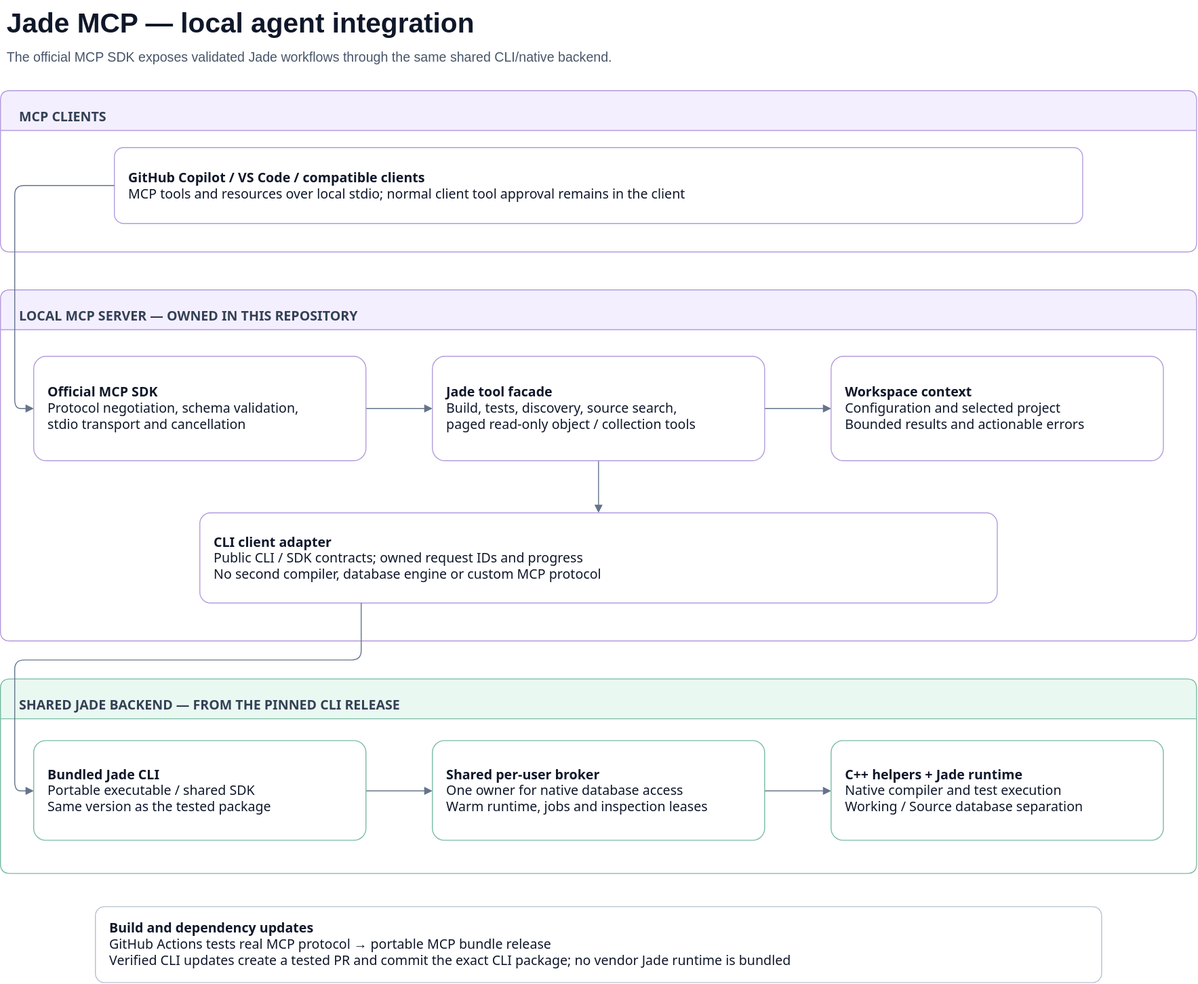
Earlier version of the draw.io export docs/architecture.drawio.svg (darrenhull/Jade-Local-MCP). Source tidied: cells renumbered, new cells last; positions are measured from the earlier drawing's top-left corner, leaving out a move shared by most shapes.
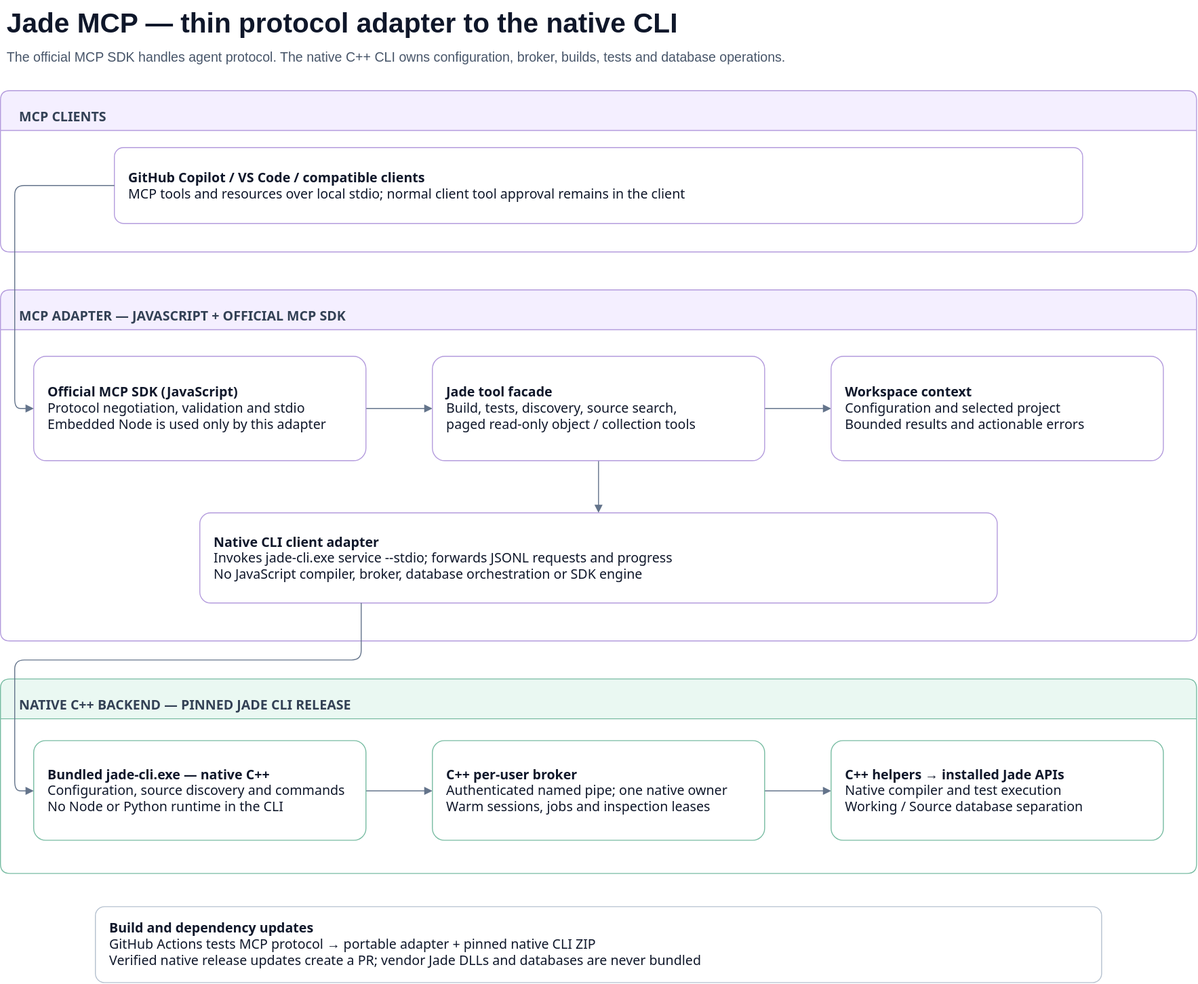
After the commit.

What changed in the source:
```diff
@@ -2,10 +2,10 @@
   <root>
     <mxCell id="0" />
     <mxCell id="1" parent="0" />
-    <mxCell id="2" value="Jade MCP — local agent integration" style="text;html=1;align=left;fontSize=29;fontStyle=1;fontColor=#0f172a;" parent="1" vertex="1">
+    <mxCell id="2" value="Jade MCP — thin protocol adapter to the native CLI" style="text;html=1;align=left;fontSize=29;fontStyle=1;fontColor=#0f172a;" parent="1" vertex="1">
       <mxGeometry x="5" width="1250" height="40" as="geometry" />
     </mxCell>
-    <mxCell id="3" value="The official MCP SDK exposes validated Jade workflows through the same shared CLI/native backend." style="text;html=1;align=left;fontSize=14;fontColor=#475569;" parent="1" vertex="1">
+    <mxCell id="3" value="The official MCP SDK handles agent protocol. The native C++ CLI owns configuration, broker, builds, tests and database operations." style="text;html=1;align=left;fontSize=14;fontColor=#475569;" parent="1" vertex="1">
       <mxGeometry x="5" y="45" width="1250" height="28" as="geometry" />
     </mxCell>
     <mxCell id="4" value="MCP CLIENTS" style="swimlane;startSize=42;horizontal=1;rounded=1;arcSize=8;html=1;verticalAlign=middle;align=left;spacingTop=14;spacingLeft=18;fontSize=14;fontStyle=1;fontColor=#334155;fillColor=#f4efff;strokeColor=#b49cdd;fontFamily=Segoe UI;" parent="1" vertex="1">
@@ -14,7 +14,7 @@
     <mxCell id="5" value="&lt;b&gt;GitHub Copilot / VS Code / compatible clients&lt;/b&gt;&lt;br&gt;MCP tools and resources over local stdio; normal client tool approval remains in the client" style="rounded=1;arcSize=12;html=1;whiteSpace=wrap;align=left;verticalAlign=middle;spacing=15;fontSize=14;fontColor=#0f172a;fillColor=#ffffff;strokeColor=#b49cdd;fontFamily=Segoe UI;" parent="4" vertex="1">
       <mxGeometry x="120" y="60" width="1020" height="80" as="geometry" />
     </mxCell>
-    <mxCell id="6" value="LOCAL MCP SERVER — OWNED IN THIS REPOSITORY" style="swimlane;startSize=42;horizontal=1;rounded=1;arcSize=8;html=1;verticalAlign=middle;align=left;spacingTop=14;spacingLeft=18;fontSize=14;fontStyle=1;fontColor=#334155;fillColor=#f4efff;strokeColor=#b49cdd;fontFamily=Segoe UI;" parent="1" vertex="1">
+    <mxCell id="6" value="MCP ADAPTER — JAVASCRIPT + OFFICIAL MCP SDK" style="swimlane;startSize=42;horizontal=1;rounded=1;arcSize=8;html=1;verticalAlign=middle;align=left;spacingTop=14;spacingLeft=18;fontSize=14;fontStyle=1;fontColor=#334155;fillColor=#f4efff;strokeColor=#b49cdd;fontFamily=Segoe UI;" parent="1" vertex="1">
       <mxGeometry y="305" width="1260" height="370" as="geometry" />
     </mxCell>
     <mxCell id="7" style="edgeStyle=orthogonalEdgeStyle;rounded=1;html=1;endArrow=block;endFill=1;strokeColor=#64748b;fontColor=#475569;fontSize=12;exitX=1.0;exitY=0.5;entryX=0.0;entryY=0.5;exitPerimeter=0;entryPerimeter=0;labelBackgroundColor=#f8fafc;fontFamily=Segoe UI;" parent="6" edge="1" source="10" target="11">
@@ -26,7 +26,7 @@
     <mxCell id="9" style="edgeStyle=orthogonalEdgeStyle;rounded=1;html=1;endArrow=block;endFill=1;strokeColor=#64748b;fontColor=#475569;fontSize=12;exitX=0.5;exitY=1.0;entryX=0.5;entryY=0.0;exitPerimeter=0;entryPerimeter=0;labelBackgroundColor=#f8fafc;fontFamily=Segoe UI;" parent="6" edge="1" source="11" target="13">
       <mxGeometry relative="1" as="geometry" />
     </mxCell>
-    <mxCell id="10" value="&lt;b&gt;Official MCP SDK&lt;/b&gt;&lt;br&gt;Protocol negotiation, schema validation,&lt;br&gt;stdio transport and cancellation" style="rounded=1;arcSize=12;html=1;whiteSpace=wrap;align=left;verticalAlign=middle;spacing=15;fontSize=14;fontColor=#0f172a;fillColor=#ffffff;strokeColor=#b49cdd;fontFamily=Segoe UI;" parent="6" vertex="1">
+    <mxCell id="10" value="&lt;b&gt;Official MCP SDK (JavaScript)&lt;/b&gt;&lt;br&gt;Protocol negotiation, validation and stdio&lt;br&gt;Embedded Node is used only by this adapter" style="rounded=1;arcSize=12;html=1;whiteSpace=wrap;align=left;verticalAlign=middle;spacing=15;fontSize=14;fontColor=#0f172a;fillColor=#ffffff;strokeColor=#b49cdd;fontFamily=Segoe UI;" parent="6" vertex="1">
       <mxGeometry x="35" y="70" width="350" height="110" as="geometry" />
     </mxCell>
     <mxCell id="11" value="&lt;b&gt;Jade tool facade&lt;/b&gt;&lt;br&gt;Build, tests, discovery, source search,&lt;br&gt;paged read-only object / collection tools" style="rounded=1;arcSize=12;html=1;whiteSpace=wrap;align=left;verticalAlign=middle;spacing=15;fontSize=14;fontColor=#0f172a;fillColor=#ffffff;strokeColor=#b49cdd;fontFamily=Segoe UI;" parent="6" vertex="1">
@@ -35,10 +35,10 @@
     <mxCell id="12" value="&lt;b&gt;Workspace context&lt;/b&gt;&lt;br&gt;Configuration and selected project&lt;br&gt;Bounded results and actionable errors" style="rounded=1;arcSize=12;html=1;whiteSpace=wrap;align=left;verticalAlign=middle;spacing=15;fontSize=14;fontColor=#0f172a;fillColor=#ffffff;strokeColor=#b49cdd;fontFamily=Segoe UI;" parent="6" vertex="1">
       <mxGeometry x="875" y="70" width="350" height="110" as="geometry" />
     </mxCell>
-    <mxCell id="13" value="&lt;b&gt;CLI client adapter&lt;/b&gt;&lt;br&gt;Public CLI / SDK contracts; owned request IDs and progress&lt;br&gt;No second compiler, database engine or custom MCP protocol" style="rounded=1;arcSize=12;html=1;whiteSpace=wrap;align=left;verticalAlign=middle;spacing=15;fontSize=14;fontColor=#0f172a;fillColor=#ffffff;strokeColor=#b49cdd;fontFamily=Segoe UI;" parent="6" vertex="1">
+    <mxCell id="13" value="&lt;b&gt;Native CLI client adapter&lt;/b&gt;&lt;br&gt;Invokes jade-cli.exe service --stdio; forwards JSONL requests and progress&lt;br&gt;No JavaScript compiler, broker, database orchestration or SDK engine" style="rounded=1;arcSize=12;html=1;whiteSpace=wrap;align=left;verticalAlign=middle;spacing=15;fontSize=14;fontColor=#0f172a;fillColor=#ffffff;strokeColor=#b49cdd;fontFamily=Segoe UI;" parent="6" vertex="1">
       <mxGeometry x="210" y="235" width="840" height="95" as="geometry" />
     </mxCell>
-    <mxCell id="14" value="SHARED JADE BACKEND — FROM THE PINNED CLI RELEASE" style="swimlane;startSize=42;horizontal=1;rounded=1;arcSize=8;html=1;verticalAlign=middle;align=left;spacingTop=14;spacingLeft=18;fontSize=14;fontStyle=1;fontColor=#334155;fillColor=#eaf8f2;strokeColor=#78bca2;fontFamily=Segoe UI;" parent="1" vertex="1">
+    <mxCell id="14" value="NATIVE C++ BACKEND — PINNED JADE CLI RELEASE" style="swimlane;startSize=42;horizontal=1;rounded=1;arcSize=8;html=1;verticalAlign=middle;align=left;spacingTop=14;spacingLeft=18;fontSize=14;fontStyle=1;fontColor=#334155;fillColor=#eaf8f2;strokeColor=#78bca2;fontFamily=Segoe UI;" parent="1" vertex="1">
       <mxGeometry y="715" width="1260" height="205" as="geometry" />
     </mxCell>
     <mxCell id="15" style="edgeStyle=orthogonalEdgeStyle;rounded=1;html=1;endArrow=block;endFill=1;strokeColor=#64748b;fontColor=#475569;fontSize=12;exitX=1.0;exitY=0.5047619047619047;entryX=0.0;entryY=0.5047619047619047;exitPerimeter=0;entryPerimeter=0;labelBackgroundColor=#f8fafc;fontFamily=Segoe UI;" parent="14" edge="1" source="17" target="18">
@@ -47,13 +47,13 @@
     <mxCell id="16" style="edgeStyle=orthogonalEdgeStyle;rounded=1;html=1;endArrow=block;endFill=1;strokeColor=#64748b;fontColor=#475569;fontSize=12;exitX=1.0;exitY=0.5047619047619047;entryX=0.0;entryY=0.5047619047619047;exitPerimeter=0;entryPerimeter=0;labelBackgroundColor=#f8fafc;fontFamily=Segoe UI;" parent="14" edge="1" source="18" target="19">
       <mxGeometry relative="1" as="geometry" />
     </mxCell>
-    <mxCell id="17" value="&lt;b&gt;Bundled Jade CLI&lt;/b&gt;&lt;br&gt;Portable executable / shared SDK&lt;br&gt;Same version as the tested package" style="rounded=1;arcSize=12;html=1;whiteSpace=wrap;align=left;verticalAlign=middle;spacing=15;fontSize=14;fontColor=#0f172a;fillColor=#ffffff;strokeColor=#78bca2;fontFamily=Segoe UI;" parent="14" vertex="1">
+    <mxCell id="17" value="&lt;b&gt;Bundled jade-cli.exe — native C++&lt;/b&gt;&lt;br&gt;Configuration, source discovery and commands&lt;br&gt;No Node or Python runtime in the CLI" style="rounded=1;arcSize=12;html=1;whiteSpace=wrap;align=left;verticalAlign=middle;spacing=15;fontSize=14;fontColor=#0f172a;fillColor=#ffffff;strokeColor=#78bca2;fontFamily=Segoe UI;" parent="14" vertex="1">
       <mxGeometry x="35" y="65" width="350" height="105" as="geometry" />
     </mxCell>
-    <mxCell id="18" value="&lt;b&gt;Shared per-user broker&lt;/b&gt;&lt;br&gt;One owner for native database access&lt;br&gt;Warm runtime, jobs and inspection leases" style="rounded=1;arcSize=12;html=1;whiteSpace=wrap;align=left;verticalAlign=middle;spacing=15;fontSize=14;fontColor=#0f172a;fillColor=#ffffff;strokeColor=#78bca2;fontFamily=Segoe UI;" parent="14" vertex="1">
+    <mxCell id="18" value="&lt;b&gt;C++ per-user broker&lt;/b&gt;&lt;br&gt;Authenticated named pipe; one native owner&lt;br&gt;Warm sessions, jobs and inspection leases" style="rounded=1;arcSize=12;html=1;whiteSpace=wrap;align=left;verticalAlign=middle;spacing=15;fontSize=14;fontColor=#0f172a;fillColor=#ffffff;strokeColor=#78bca2;fontFamily=Segoe UI;" parent="14" vertex="1">
       <mxGeometry x="455" y="65" width="350" height="105" as="geometry" />
     </mxCell>
-    <mxCell id="19" value="&lt;b&gt;C++ helpers + Jade runtime&lt;/b&gt;&lt;br&gt;Native compiler and test execution&lt;br&gt;Working / Source database separation" style="rounded=1;arcSize=12;html=1;whiteSpace=wrap;align=left;verticalAlign=middle;spacing=15;fontSize=14;fontColor=#0f172a;fillColor=#ffffff;strokeColor=#78bca2;fontFamily=Segoe UI;" parent="14" vertex="1">
+    <mxCell id="19" value="&lt;b&gt;C++ helpers → installed Jade APIs&lt;/b&gt;&lt;br&gt;Native compiler and test execution&lt;br&gt;Working / Source database separation" style="rounded=1;arcSize=12;html=1;whiteSpace=wrap;align=left;verticalAlign=middle;spacing=15;fontSize=14;fontColor=#0f172a;fillColor=#ffffff;strokeColor=#78bca2;fontFamily=Segoe UI;" parent="14" vertex="1">
       <mxGeometry x="875" y="65" width="350" height="105" as="geometry" />
     </mxCell>
     <mxCell id="20" style="edgeStyle=orthogonalEdgeStyle;rounded=1;html=1;endArrow=block;endFill=1;strokeColor=#64748b;fontColor=#475569;fontSize=12;exitX=0.0;exitY=0.5;entryX=0.0;entryY=0.5;exitPerimeter=0;entryPerimeter=0;labelBackgroundColor=#f8fafc;fontFamily=Segoe UI;" parent="1" edge="1" source="5" target="10">
@@ -73,7 +73,7 @@
         </Array>
       </mxGeometry>
     </mxCell>
-    <mxCell id="22" value="&lt;b&gt;Build and dependency updates&lt;/b&gt;&lt;br&gt;GitHub Actions tests real MCP protocol → portable MCP bundle release&lt;br&gt;Verified CLI updates create a tested PR and commit the exact CLI package; no vendor Jade runtime is bundled" style="rounded=1;arcSize=12;html=1;whiteSpace=wrap;align=left;verticalAlign=middle;spacing=15;fontSize=14;fontColor=#0f172a;fillColor=#ffffff;strokeColor=#b5c1cf;fontFamily=Segoe UI;" parent="1" vertex="1">
+    <mxCell id="22" value="&lt;b&gt;Build and dependency updates&lt;/b&gt;&lt;br&gt;GitHub Actions tests MCP protocol → portable adapter + pinned native CLI ZIP&lt;br&gt;Verified native release updates create a PR; vendor Jade DLLs and databases are never bundled" style="rounded=1;arcSize=12;html=1;whiteSpace=wrap;align=left;verticalAlign=middle;spacing=15;fontSize=14;fontColor=#0f172a;fillColor=#ffffff;strokeColor=#b5c1cf;fontFamily=Segoe UI;" parent="1" vertex="1">
       <mxGeometry x="100" y="955" width="1060" height="80" as="geometry" />
     </mxCell>
   </root>
```
